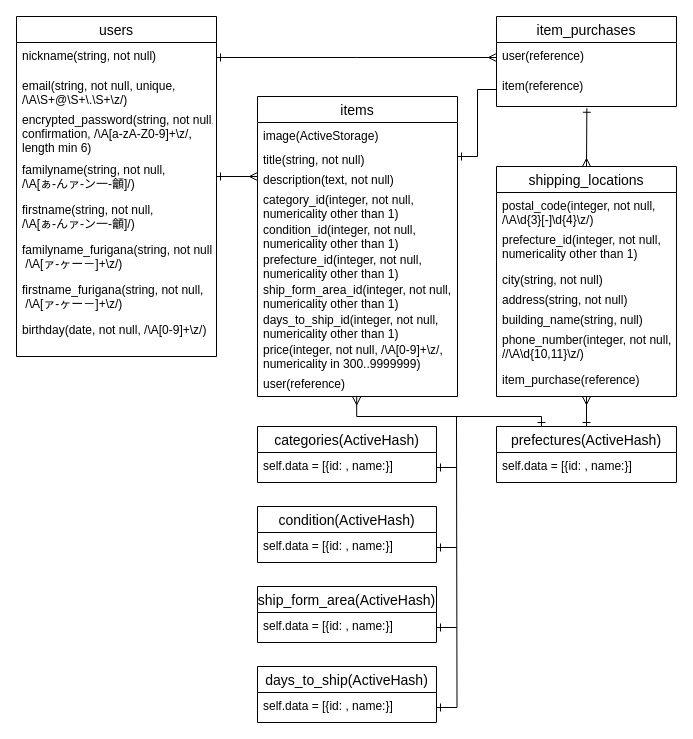
This is ER.dio from Giru-eng/furima-33823, a draw.io file, before an edit. Source tidied: cells renumbered, new cells numbered last; positions are measured from the earlier drawing's top-left corner, leaving out a move shared by most shapes. Both pictures are drawn from the tidied source at 100%, with x=0, y=0 at pixel (16, 16).
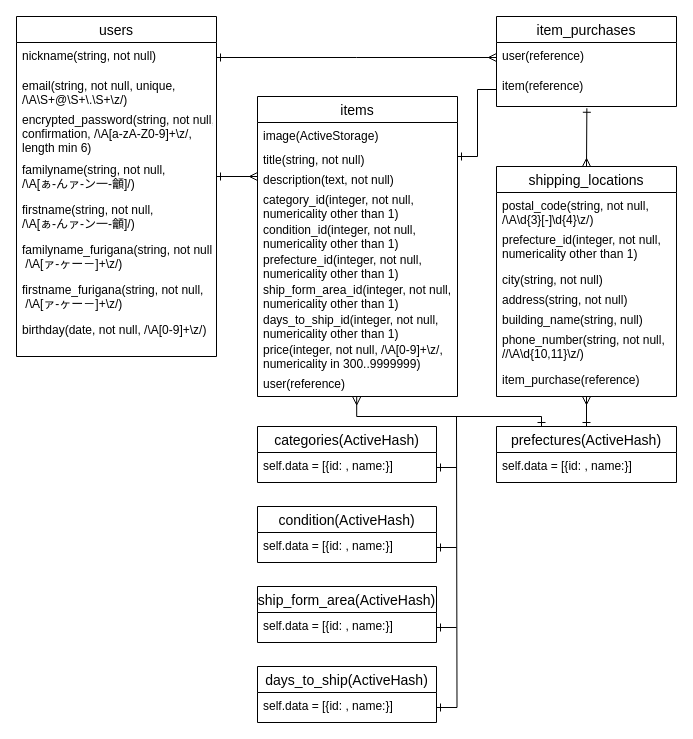
The same page after the edit.

Commit message (it also covers changes not shown here):
Database-design(2)

Database-designのコードレビューに基づいて2回目の修正作業

Unchanged cells that the change refers to:
```xml
<mxCell id="23" value="shipping_locations" style="swimlane;fontStyle=0;horizontal=1;startSize=26;align=center;fontSize=14;" parent="1" vertex="1">
  <mxGeometry x="480" y="150" width="180" height="230" as="geometry" />
</mxCell>
```

Diff of the diagram source:
```diff
@@
-    <mxCell id="24" value="postal_code(integer, not null, &#10;/\A\d{3}[-]\d{4}\z/)" style="text;strokeColor=none;fillColor=none;spacingLeft=4;spacingRight=4;overflow=hidden;fontSize=12;" parent="23" vertex="1">
+    <mxCell id="24" value="postal_code(string, not null, &#10;/\A\d{3}[-]\d{4}\z/)" style="text;strokeColor=none;fillColor=none;spacingLeft=4;spacingRight=4;overflow=hidden;fontSize=12;" parent="23" vertex="1">
       <mxGeometry y="26" width="180" height="34" as="geometry" />
     </mxCell>
@@
-    <mxCell id="29" value="phone_number(integer, not null,&#10;//\A\d{10,11}\z/)" style="text;strokeColor=none;fillColor=none;spacingLeft=4;spacingRight=4;overflow=hidden;fontSize=12;" parent="23" vertex="1">
+    <mxCell id="29" value="phone_number(string, not null,&#10;//\A\d{10,11}\z/)" style="text;strokeColor=none;fillColor=none;spacingLeft=4;spacingRight=4;overflow=hidden;fontSize=12;" parent="23" vertex="1">
       <mxGeometry y="160" width="180" height="40" as="geometry" />
     </mxCell>
```
